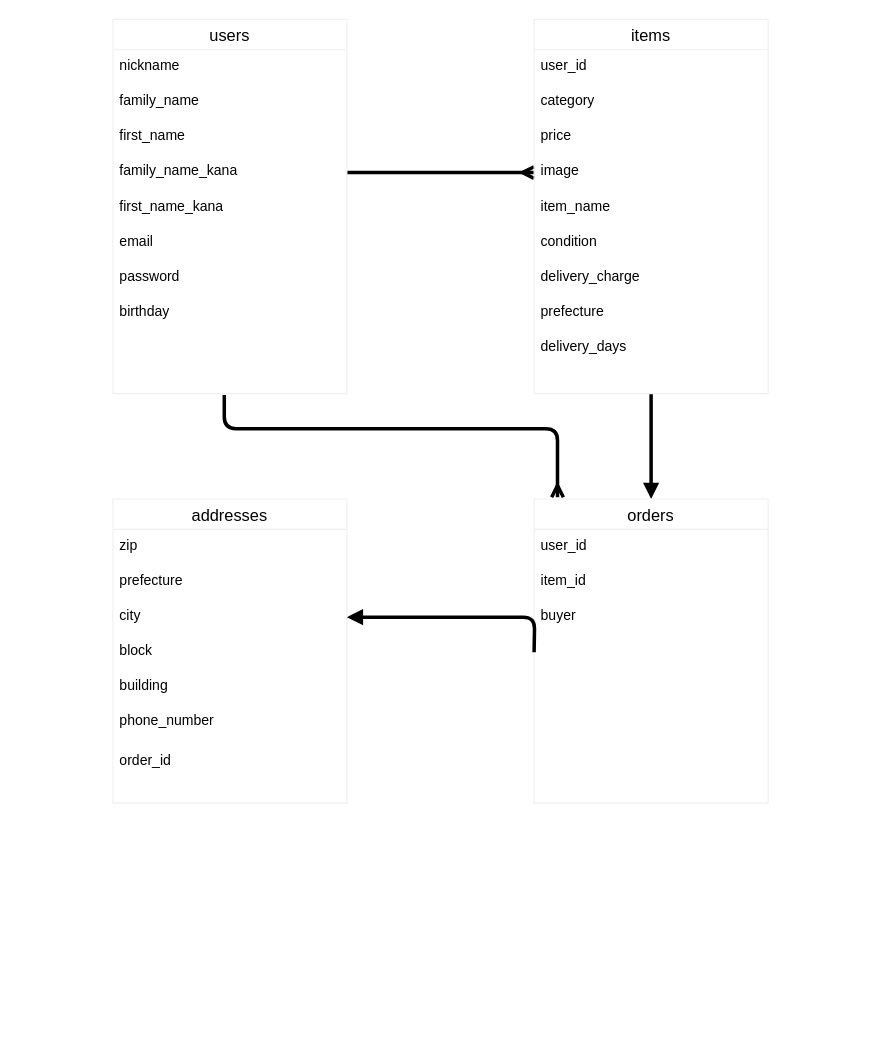
The draw.io diagram er..dio in yuta-git/furima-32043, before the edit. Source tidied: cells renumbered, new cells numbered last; positions are measured from the earlier drawing's top-left corner, leaving out a move shared by most shapes. Both pictures are drawn from the tidied source at 117%, with x=0, y=0 at pixel (112, 19).
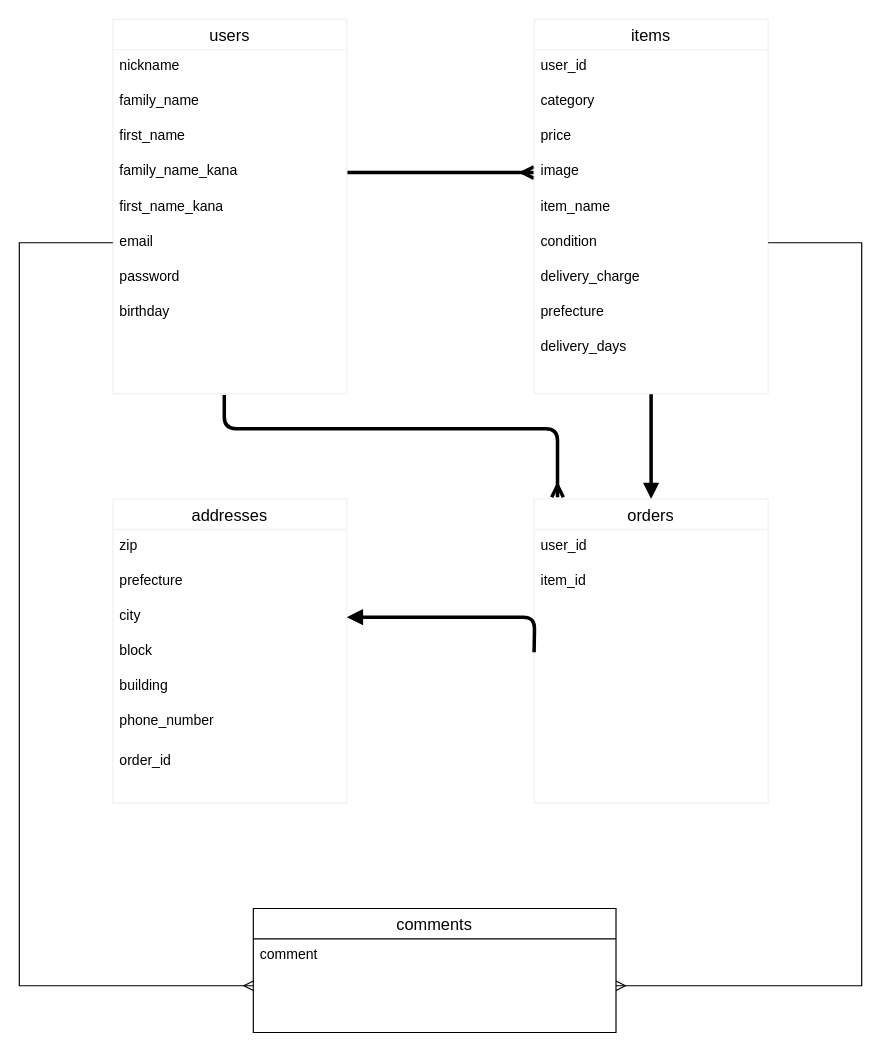
After the change.

Unchanged cells that the change refers to:
```xml
<mxCell id="10" value="email" style="text;strokeColor=none;fillColor=none;spacingLeft=4;spacingRight=4;overflow=hidden;points=[[0,0.5],[1,0.5]];portConstraint=eastwest;fontSize=12;" parent="4" vertex="1">
  <mxGeometry y="176" width="200" height="30" as="geometry" />
</mxCell>
<mxCell id="20" value="condition" style="text;strokeColor=none;fillColor=none;spacingLeft=4;spacingRight=4;overflow=hidden;points=[[0,0.5],[1,0.5]];portConstraint=eastwest;fontSize=12;" parent="14" vertex="1">
  <mxGeometry y="176" width="200" height="30" as="geometry" />
</mxCell>
<mxCell id="24" value="orders" style="swimlane;fontStyle=0;horizontal=1;startSize=26;align=center;fontSize=14;rounded=0;sketch=0;strokeColor=#f0f0f0;" parent="1" vertex="1">
  <mxGeometry x="360" y="410" width="200" height="260" as="geometry" />
</mxCell>
```

The edit, as a diff of the source:
```diff
@@
     <mxCell id="26" value="item_id" style="text;strokeColor=none;fillColor=none;spacingLeft=4;spacingRight=4;overflow=hidden;fontSize=12;" parent="24" vertex="1">
-      <mxGeometry y="56" width="200" height="30" as="geometry" />
+      <mxGeometry y="56" width="200" height="204" as="geometry" />
     </mxCell>
-    <mxCell id="27" value="buyer" style="text;strokeColor=none;fillColor=none;spacingLeft=4;spacingRight=4;overflow=hidden;fontSize=12;" parent="24" vertex="1">
-      <mxGeometry y="86" width="200" height="174" as="geometry" />
-    </mxCell>
@@
+    <mxCell id="37" style="edgeStyle=orthogonalEdgeStyle;rounded=0;jettySize=auto;html=1;exitX=1;exitY=0.5;exitDx=0;exitDy=0;endArrow=ERmany;endFill=0;entryX=1;entryY=0.5;entryDx=0;entryDy=0;" parent="1" edge="1" source="20" target="39">
+      <mxGeometry relative="1" as="geometry">
+        <Array as="points">
+          <mxPoint x="640" y="191" />
+          <mxPoint x="640" y="826" />
+        </Array>
+      </mxGeometry>
+    </mxCell>
+    <mxCell id="38" value="comments" style="swimlane;fontStyle=0;horizontal=1;startSize=26;align=center;fontSize=14;" parent="1" vertex="1">
+      <mxGeometry x="120" y="760" width="310" height="106" as="geometry" />
+    </mxCell>
+    <mxCell id="39" value="comment&#10;" style="text;strokeColor=none;fillColor=none;spacingLeft=4;spacingRight=4;overflow=hidden;points=[[0,0.5],[1,0.5]];portConstraint=eastwest;fontSize=12;" parent="38" vertex="1">
+      <mxGeometry y="26" width="310" height="80" as="geometry" />
+    </mxCell>
+    <mxCell id="40" style="edgeStyle=orthogonalEdgeStyle;rounded=0;jettySize=auto;html=1;exitX=0;exitY=0.5;exitDx=0;exitDy=0;endArrow=ERmany;endFill=0;entryX=0;entryY=0.5;entryDx=0;entryDy=0;" parent="1" edge="1" source="10" target="39">
+      <mxGeometry relative="1" as="geometry">
+        <Array as="points">
+          <mxPoint x="-80" y="191" />
+          <mxPoint x="-80" y="826" />
+        </Array>
+      </mxGeometry>
+    </mxCell>
```
